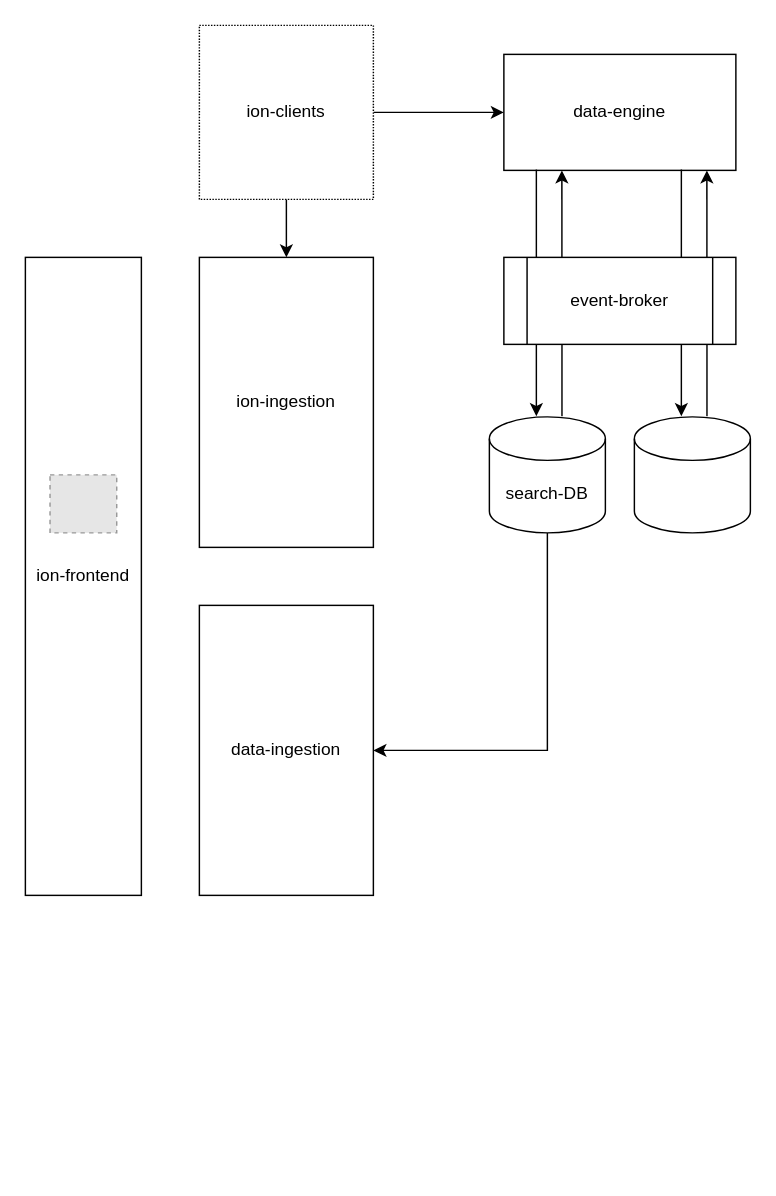
The draw.io diagram assets/architecture.drawio in lvxhnat/ion, before the edit. Source tidied: cells renumbered, new cells numbered last; positions are measured from the earlier drawing's top-left corner, leaving out a move shared by most shapes. Both pictures are drawn from the tidied source at 145%, with x=0, y=0 at pixel (25, 25). Pictures stored in the file or linked from it are replaced by grey dashed boxes.
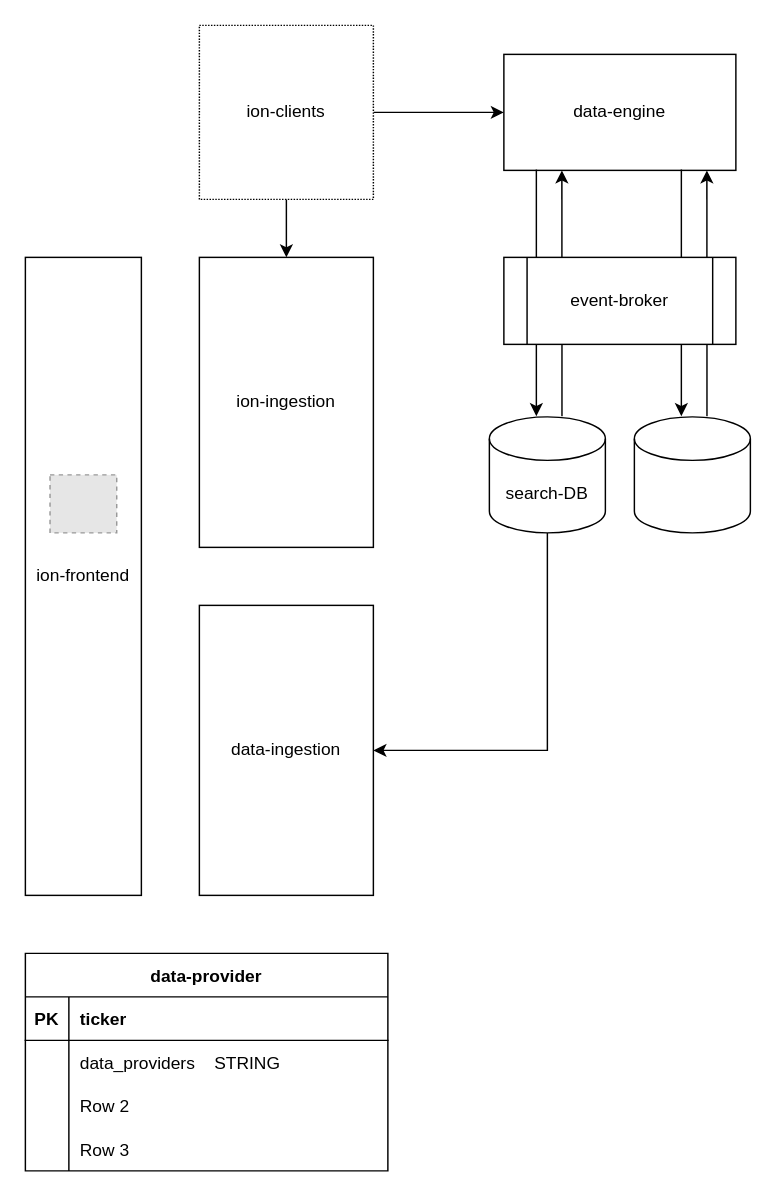
The same diagram, later.

What changed in the source:
```diff
@@
+    <mxCell id="18" value="data-provider" style="shape=table;startSize=30;childLayout=tableLayout;rowLines=0;fontStyle=1;align=center;" parent="1" vertex="1">
+      <mxGeometry y="640" width="250" height="150" as="geometry" />
+    </mxCell>
+    <mxCell id="19" style="shape=tableRow;horizontal=0;startSize=0;swimlaneHead=0;swimlaneBody=0;fillColor=none;top=0;left=0;right=0;bottom=1;" parent="18" vertex="1">
+      <mxGeometry y="30" width="250" height="30" as="geometry" />
+    </mxCell>
+    <mxCell id="20" value="PK" style="shape=partialRectangle;fillColor=none;top=0;left=0;bottom=0;right=0;fontStyle=1;overflow=hidden;" parent="19" vertex="1">
+      <mxGeometry width="30" height="30" as="geometry" />
+    </mxCell>
+    <mxCell id="21" value="ticker" style="shape=partialRectangle;fillColor=none;top=0;left=0;bottom=0;right=0;align=left;spacingLeft=6;fontStyle=1;overflow=hidden;" parent="19" vertex="1">
+      <mxGeometry x="30" width="220" height="30" as="geometry" />
+    </mxCell>
+    <mxCell id="22" style="shape=tableRow;horizontal=0;startSize=0;swimlaneHead=0;swimlaneBody=0;fillColor=none;top=0;left=0;right=0;bottom=0;" parent="18" vertex="1">
+      <mxGeometry y="60" width="250" height="30" as="geometry" />
+    </mxCell>
+    <mxCell id="23" style="shape=partialRectangle;fillColor=none;top=0;left=0;bottom=0;right=0;overflow=hidden;" parent="22" vertex="1">
+      <mxGeometry width="30" height="30" as="geometry" />
+    </mxCell>
+    <mxCell id="24" value="data_providers    STRING" style="shape=partialRectangle;fillColor=none;top=0;left=0;bottom=0;right=0;align=left;spacingLeft=6;overflow=hidden;" parent="22" vertex="1">
+      <mxGeometry x="30" width="220" height="30" as="geometry" />
+    </mxCell>
+    <mxCell id="25" style="shape=tableRow;horizontal=0;startSize=0;swimlaneHead=0;swimlaneBody=0;fillColor=none;top=0;left=0;right=0;bottom=0;" parent="18" vertex="1">
+      <mxGeometry y="90" width="250" height="30" as="geometry" />
+    </mxCell>
+    <mxCell id="26" style="shape=partialRectangle;fillColor=none;top=0;left=0;bottom=0;right=0;overflow=hidden;" parent="25" vertex="1">
+      <mxGeometry width="30" height="30" as="geometry" />
+    </mxCell>
+    <mxCell id="27" value="Row 2" style="shape=partialRectangle;fillColor=none;top=0;left=0;bottom=0;right=0;align=left;spacingLeft=6;overflow=hidden;" parent="25" vertex="1">
+      <mxGeometry x="30" width="220" height="30" as="geometry" />
+    </mxCell>
+    <mxCell id="28" style="shape=tableRow;horizontal=0;startSize=0;swimlaneHead=0;swimlaneBody=0;fillColor=none;top=0;left=0;right=0;bottom=0;" parent="18" vertex="1">
+      <mxGeometry y="120" width="250" height="30" as="geometry" />
+    </mxCell>
+    <mxCell id="29" style="shape=partialRectangle;fillColor=none;top=0;left=0;bottom=0;right=0;overflow=hidden;" parent="28" vertex="1">
+      <mxGeometry width="30" height="30" as="geometry" />
+    </mxCell>
+    <mxCell id="30" value="Row 3" style="shape=partialRectangle;fillColor=none;top=0;left=0;bottom=0;right=0;align=left;spacingLeft=6;overflow=hidden;" parent="28" vertex="1">
+      <mxGeometry x="30" width="220" height="30" as="geometry" />
+    </mxCell>
```
